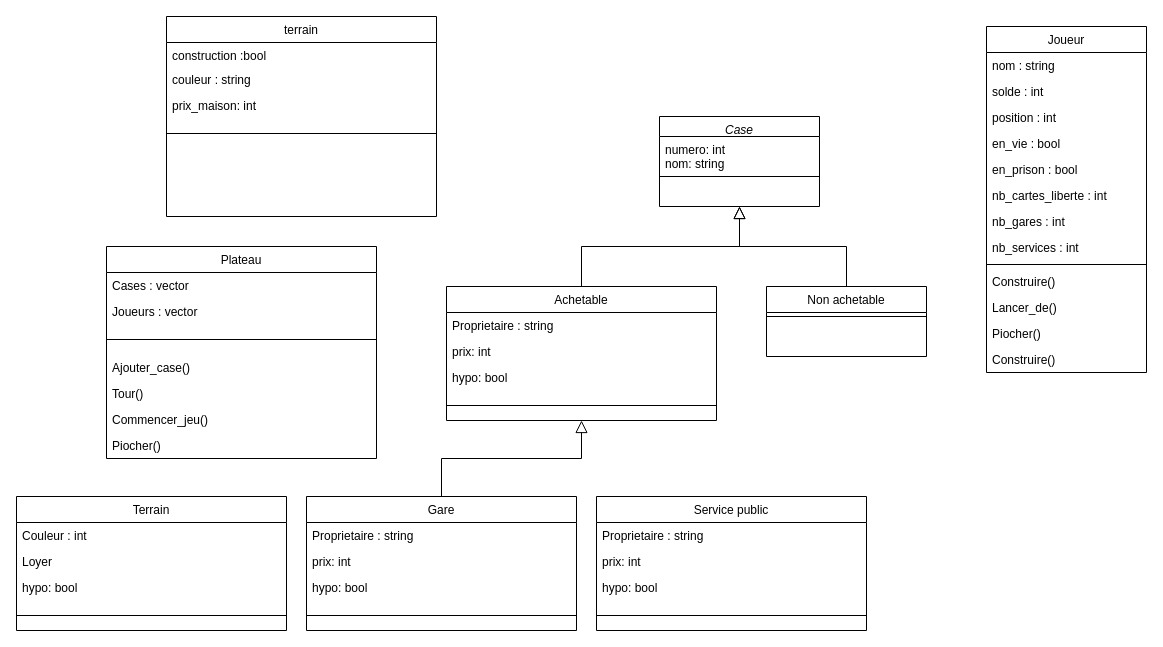
This is DiagrammeMonopoly.drawio from ECN-SEC-SMP/tp6-note-Kortam_Seye_Small_Soulard, a draw.io file, before an edit. Source tidied: cells renumbered, new cells numbered last; positions are measured from the earlier drawing's top-left corner, leaving out a move shared by most shapes. Both pictures are drawn from the tidied source at 100%, with x=0, y=0 at pixel (16, 16).
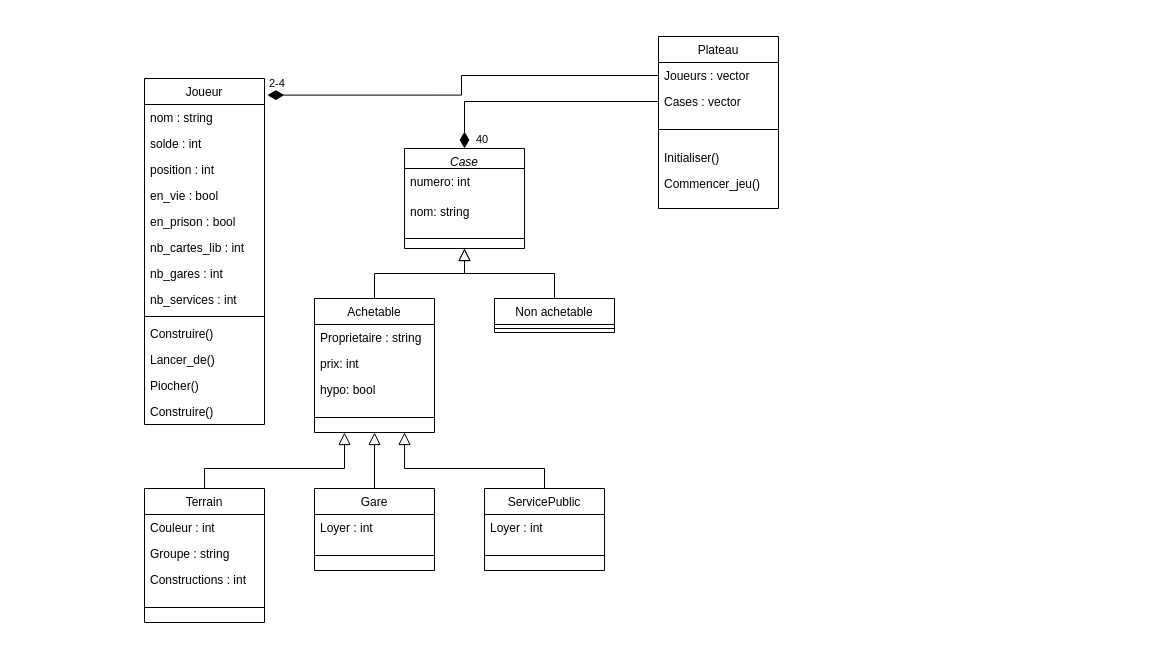
After the change.

Commit message:
Mettre à jour DiagrammeMonopoly.drawio

The edit, as a diff of the source:
```diff
@@
     <mxCell id="2" value="Case" style="swimlane;fontStyle=2;align=center;verticalAlign=top;horizontal=1;startSize=20;rounded=0;shadow=0;strokeWidth=1;" parent="1" vertex="1">
-      <mxGeometry x="643" y="100" width="160" height="90" as="geometry" />
+      <mxGeometry x="388" y="132" width="120" height="100" as="geometry" />
     </mxCell>
-    <mxCell id="3" value="numero: int&#10;nom: string" style="text;align=left;verticalAlign=top;spacingLeft=4;spacingRight=4;overflow=hidden;" parent="2" vertex="1">
-      <mxGeometry y="20" width="160" height="30" as="geometry" />
+    <mxCell id="3" value="numero: int&#10;" style="text;align=left;verticalAlign=top;spacingLeft=4;spacingRight=4;overflow=hidden;" parent="2" vertex="1">
+      <mxGeometry y="20" width="120" height="30" as="geometry" />
     </mxCell>
+    <mxCell id="57" value="nom: string&#10;" style="text;align=left;verticalAlign=top;spacingLeft=4;spacingRight=4;overflow=hidden;" parent="2" vertex="1">
+      <mxGeometry y="50" width="120" height="30" as="geometry" />
+    </mxCell>
     <mxCell id="4" style="line;html=1;strokeWidth=1;align=left;verticalAlign=middle;spacingTop=-1;spacingLeft=3;spacingRight=3;labelPosition=right;" parent="2" vertex="1">
-      <mxGeometry y="50" width="160" height="20" as="geometry" />
+      <mxGeometry y="80" width="120" height="20" as="geometry" />
     </mxCell>
     <mxCell id="5" value="Achetable" style="swimlane;fontStyle=0;align=center;verticalAlign=top;horizontal=1;startSize=26;rounded=0;shadow=0;strokeWidth=1;" parent="1" vertex="1">
-      <mxGeometry x="430" y="270" width="270" height="134" as="geometry" />
+      <mxGeometry x="298" y="282" width="120" height="134" as="geometry" />
     </mxCell>
     <mxCell id="6" value="Proprietaire : string" style="text;align=left;verticalAlign=top;spacingLeft=4;spacingRight=4;overflow=hidden;" parent="5" vertex="1">
-      <mxGeometry y="26" width="270" height="26" as="geometry" />
+      <mxGeometry y="26" width="120" height="26" as="geometry" />
     </mxCell>
     <mxCell id="7" value="prix: int" style="text;align=left;verticalAlign=top;spacingLeft=4;spacingRight=4;overflow=hidden;rounded=0;shadow=0;html=0;" parent="5" vertex="1">
-      <mxGeometry y="52" width="270" height="26" as="geometry" />
+      <mxGeometry y="52" width="120" height="26" as="geometry" />
     </mxCell>
     <mxCell id="8" value="hypo: bool" style="text;align=left;verticalAlign=top;spacingLeft=4;spacingRight=4;overflow=hidden;rounded=0;shadow=0;html=0;" parent="5" vertex="1">
-      <mxGeometry y="78" width="270" height="26" as="geometry" />
+      <mxGeometry y="78" width="120" height="26" as="geometry" />
     </mxCell>
     <mxCell id="9" style="line;html=1;strokeWidth=1;align=left;verticalAlign=middle;spacingTop=-1;spacingLeft=3;spacingRight=3;labelPosition=right;" parent="5" vertex="1">
-      <mxGeometry y="104" width="270" height="30" as="geometry" />
+      <mxGeometry y="104" width="120" height="30" as="geometry" />
     </mxCell>
@@
     <mxCell id="11" value="Non achetable" style="swimlane;fontStyle=0;align=center;verticalAlign=top;horizontal=1;startSize=26;rounded=0;shadow=0;strokeWidth=1;" parent="1" vertex="1">
-      <mxGeometry x="750" y="270" width="160" height="70" as="geometry" />
+      <mxGeometry x="478" y="282" width="120" height="34" as="geometry" />
     </mxCell>
     <mxCell id="12" style="line;html=1;strokeWidth=1;align=left;verticalAlign=middle;spacingTop=-1;spacingLeft=3;spacingRight=3;labelPosition=right;" parent="11" vertex="1">
-      <mxGeometry y="26" width="160" height="8" as="geometry" />
+      <mxGeometry y="26" width="120" height="8" as="geometry" />
     </mxCell>
@@
     <mxCell id="14" value="Joueur&#10;" style="swimlane;fontStyle=0;align=center;verticalAlign=top;horizontal=1;startSize=26;rounded=0;shadow=0;strokeWidth=1;" parent="1" vertex="1">
-      <mxGeometry x="970" y="10" width="160" height="346" as="geometry" />
+      <mxGeometry x="128" y="62" width="120" height="346" as="geometry" />
     </mxCell>
     <mxCell id="15" value="nom : string&#10;" style="text;align=left;verticalAlign=top;spacingLeft=4;spacingRight=4;overflow=hidden;rounded=0;shadow=0;html=0;" parent="14" vertex="1">
-      <mxGeometry y="26" width="160" height="26" as="geometry" />
+      <mxGeometry y="26" width="120" height="26" as="geometry" />
     </mxCell>
     <mxCell id="16" value="solde : int" style="text;align=left;verticalAlign=top;spacingLeft=4;spacingRight=4;overflow=hidden;rounded=0;shadow=0;html=0;" parent="14" vertex="1">
-      <mxGeometry y="52" width="160" height="26" as="geometry" />
+      <mxGeometry y="52" width="120" height="26" as="geometry" />
     </mxCell>
     <mxCell id="17" value="position : int" style="text;align=left;verticalAlign=top;spacingLeft=4;spacingRight=4;overflow=hidden;rounded=0;shadow=0;html=0;" parent="14" vertex="1">
-      <mxGeometry y="78" width="160" height="26" as="geometry" />
+      <mxGeometry y="78" width="120" height="26" as="geometry" />
     </mxCell>
     <mxCell id="18" value="en_vie : bool&#10;" style="text;align=left;verticalAlign=top;spacingLeft=4;spacingRight=4;overflow=hidden;" parent="14" vertex="1">
-      <mxGeometry y="104" width="160" height="26" as="geometry" />
+      <mxGeometry y="104" width="120" height="26" as="geometry" />
     </mxCell>
     <mxCell id="19" value="en_prison : bool&#10;" style="text;align=left;verticalAlign=top;spacingLeft=4;spacingRight=4;overflow=hidden;" parent="14" vertex="1">
-      <mxGeometry y="130" width="160" height="26" as="geometry" />
+      <mxGeometry y="130" width="120" height="26" as="geometry" />
     </mxCell>
-    <mxCell id="20" value="nb_cartes_liberte : int" style="text;align=left;verticalAlign=top;spacingLeft=4;spacingRight=4;overflow=hidden;rounded=0;shadow=0;html=0;" parent="14" vertex="1">
-      <mxGeometry y="156" width="160" height="26" as="geometry" />
+    <mxCell id="20" value="nb_cartes_lib : int" style="text;align=left;verticalAlign=top;spacingLeft=4;spacingRight=4;overflow=hidden;rounded=0;shadow=0;html=0;" parent="14" vertex="1">
+      <mxGeometry y="156" width="120" height="26" as="geometry" />
     </mxCell>
     <mxCell id="21" value="nb_gares : int" style="text;align=left;verticalAlign=top;spacingLeft=4;spacingRight=4;overflow=hidden;rounded=0;shadow=0;html=0;" parent="14" vertex="1">
-      <mxGeometry y="182" width="160" height="26" as="geometry" />
+      <mxGeometry y="182" width="120" height="26" as="geometry" />
     </mxCell>
     <mxCell id="22" value="nb_services : int" style="text;align=left;verticalAlign=top;spacingLeft=4;spacingRight=4;overflow=hidden;rounded=0;shadow=0;html=0;" parent="14" vertex="1">
-      <mxGeometry y="208" width="160" height="26" as="geometry" />
+      <mxGeometry y="208" width="120" height="26" as="geometry" />
     </mxCell>
     <mxCell id="23" style="line;html=1;strokeWidth=1;align=left;verticalAlign=middle;spacingTop=-1;spacingLeft=3;spacingRight=3;labelPosition=right;" parent="14" vertex="1">
-      <mxGeometry y="234" width="160" height="8" as="geometry" />
+      <mxGeometry y="234" width="120" height="8" as="geometry" />
     </mxCell>
     <mxCell id="24" value="Construire() &#10;" style="text;align=left;verticalAlign=top;spacingLeft=4;spacingRight=4;overflow=hidden;" parent="14" vertex="1">
-      <mxGeometry y="242" width="160" height="26" as="geometry" />
+      <mxGeometry y="242" width="120" height="26" as="geometry" />
     </mxCell>
     <mxCell id="25" value="Lancer_de()" style="text;align=left;verticalAlign=top;spacingLeft=4;spacingRight=4;overflow=hidden;" parent="14" vertex="1">
-      <mxGeometry y="268" width="160" height="26" as="geometry" />
+      <mxGeometry y="268" width="120" height="26" as="geometry" />
     </mxCell>
     <mxCell id="26" value="Piocher() " style="text;align=left;verticalAlign=top;spacingLeft=4;spacingRight=4;overflow=hidden;" parent="14" vertex="1">
-      <mxGeometry y="294" width="160" height="26" as="geometry" />
+      <mxGeometry y="294" width="120" height="26" as="geometry" />
     </mxCell>
     <mxCell id="27" value="Construire() &#10;" style="text;align=left;verticalAlign=top;spacingLeft=4;spacingRight=4;overflow=hidden;" parent="14" vertex="1">
-      <mxGeometry y="320" width="160" height="26" as="geometry" />
+      <mxGeometry y="320" width="120" height="26" as="geometry" />
     </mxCell>
-    <mxCell id="28" value="terrain" style="swimlane;fontStyle=0;align=center;verticalAlign=top;horizontal=1;startSize=26;rounded=0;shadow=0;strokeWidth=1;" parent="1" vertex="1">
-      <mxGeometry x="150" width="270" height="200" as="geometry" />
-    </mxCell>
-    <mxCell id="29" value="construction :bool" style="text;align=left;verticalAlign=top;spacingLeft=4;spacingRight=4;overflow=hidden;" parent="28" vertex="1">
-      <mxGeometry y="26" width="270" height="24" as="geometry" />
-    </mxCell>
-    <mxCell id="30" value="couleur : string" style="text;align=left;verticalAlign=top;spacingLeft=4;spacingRight=4;overflow=hidden;rounded=0;shadow=0;html=0;" parent="28" vertex="1">
-      <mxGeometry y="50" width="270" height="26" as="geometry" />
-    </mxCell>
-    <mxCell id="31" value="prix_maison: int" style="text;align=left;verticalAlign=top;spacingLeft=4;spacingRight=4;overflow=hidden;rounded=0;shadow=0;html=0;" parent="28" vertex="1">
-      <mxGeometry y="76" width="270" height="26" as="geometry" />
-    </mxCell>
-    <mxCell id="32" style="line;html=1;strokeWidth=1;align=left;verticalAlign=middle;spacingTop=-1;spacingLeft=3;spacingRight=3;labelPosition=right;" parent="28" vertex="1">
-      <mxGeometry y="102" width="270" height="30" as="geometry" />
-    </mxCell>
     <mxCell id="33" value="Plateau" style="swimlane;fontStyle=0;align=center;verticalAlign=top;horizontal=1;startSize=26;rounded=0;shadow=0;strokeWidth=1;" parent="1" vertex="1">
-      <mxGeometry x="90" y="230" width="270" height="212" as="geometry" />
+      <mxGeometry x="642" y="20" width="120" height="172" as="geometry" />
     </mxCell>
+    <mxCell id="35" value="Joueurs : vector" style="text;align=left;verticalAlign=top;spacingLeft=4;spacingRight=4;overflow=hidden;points=[[0,0.5],[1,0.5]];portConstraint=eastwest;" parent="33" vertex="1">
+      <mxGeometry y="26" width="120" height="26" as="geometry" />
+    </mxCell>
     <mxCell id="34" value="Cases : vector" style="text;align=left;verticalAlign=top;spacingLeft=4;spacingRight=4;overflow=hidden;points=[[0,0.5],[1,0.5]];portConstraint=eastwest;" parent="33" vertex="1">
-      <mxGeometry y="26" width="270" height="26" as="geometry" />
+      <mxGeometry y="52" width="120" height="26" as="geometry" />
     </mxCell>
-    <mxCell id="35" value="Joueurs : vector" style="text;align=left;verticalAlign=top;spacingLeft=4;spacingRight=4;overflow=hidden;points=[[0,0.5],[1,0.5]];portConstraint=eastwest;" parent="33" vertex="1">
-      <mxGeometry y="52" width="270" height="26" as="geometry" />
-    </mxCell>
     <mxCell id="36" style="line;html=1;strokeWidth=1;align=left;verticalAlign=middle;spacingTop=-1;spacingLeft=3;spacingRight=3;labelPosition=right;" parent="33" vertex="1">
-      <mxGeometry y="78" width="270" height="30" as="geometry" />
+      <mxGeometry y="78" width="120" height="30" as="geometry" />
     </mxCell>
-    <mxCell id="37" value="Ajouter_case()" style="text;align=left;verticalAlign=top;spacingLeft=4;spacingRight=4;overflow=hidden;" parent="33" vertex="1">
-      <mxGeometry y="108" width="270" height="26" as="geometry" />
+    <mxCell id="37" value="Initialiser()" style="text;align=left;verticalAlign=top;spacingLeft=4;spacingRight=4;overflow=hidden;" parent="33" vertex="1">
+      <mxGeometry y="108" width="120" height="26" as="geometry" />
     </mxCell>
-    <mxCell id="38" value="Tour()" style="text;align=left;verticalAlign=top;spacingLeft=4;spacingRight=4;overflow=hidden;" parent="33" vertex="1">
-      <mxGeometry y="134" width="270" height="26" as="geometry" />
-    </mxCell>
     <mxCell id="39" value="Commencer_jeu()" style="text;align=left;verticalAlign=top;spacingLeft=4;spacingRight=4;overflow=hidden;" parent="33" vertex="1">
-      <mxGeometry y="160" width="270" height="26" as="geometry" />
+      <mxGeometry y="134" width="120" height="26" as="geometry" />
     </mxCell>
-    <mxCell id="40" value="Piocher() " style="text;align=left;verticalAlign=top;spacingLeft=4;spacingRight=4;overflow=hidden;" parent="33" vertex="1">
-      <mxGeometry y="186" width="270" height="26" as="geometry" />
-    </mxCell>
     <mxCell id="41" value="Gare" style="swimlane;fontStyle=0;align=center;verticalAlign=top;horizontal=1;startSize=26;rounded=0;shadow=0;strokeWidth=1;" parent="1" vertex="1">
-      <mxGeometry x="290" y="480" width="270" height="134" as="geometry" />
+      <mxGeometry x="298" y="472" width="120" height="82" as="geometry" />
     </mxCell>
-    <mxCell id="42" value="Proprietaire : string" style="text;align=left;verticalAlign=top;spacingLeft=4;spacingRight=4;overflow=hidden;" parent="41" vertex="1">
-      <mxGeometry y="26" width="270" height="26" as="geometry" />
+    <mxCell id="42" value="Loyer : int" style="text;align=left;verticalAlign=top;spacingLeft=4;spacingRight=4;overflow=hidden;" parent="41" vertex="1">
+      <mxGeometry y="26" width="120" height="26" as="geometry" />
     </mxCell>
-    <mxCell id="43" value="prix: int" style="text;align=left;verticalAlign=top;spacingLeft=4;spacingRight=4;overflow=hidden;rounded=0;shadow=0;html=0;" parent="41" vertex="1">
-      <mxGeometry y="52" width="270" height="26" as="geometry" />
-    </mxCell>
-    <mxCell id="44" value="hypo: bool" style="text;align=left;verticalAlign=top;spacingLeft=4;spacingRight=4;overflow=hidden;rounded=0;shadow=0;html=0;" parent="41" vertex="1">
-      <mxGeometry y="78" width="270" height="26" as="geometry" />
-    </mxCell>
     <mxCell id="45" style="line;html=1;strokeWidth=1;align=left;verticalAlign=middle;spacingTop=-1;spacingLeft=3;spacingRight=3;labelPosition=right;" parent="41" vertex="1">
-      <mxGeometry y="104" width="270" height="30" as="geometry" />
+      <mxGeometry y="52" width="120" height="30" as="geometry" />
     </mxCell>
     <mxCell id="46" style="endArrow=block;endSize=10;endFill=0;shadow=0;strokeWidth=1;rounded=0;curved=0;edgeStyle=elbowEdgeStyle;elbow=vertical;entryX=0.5;entryY=1;entryDx=0;entryDy=0;exitX=0.5;exitY=0;exitDx=0;exitDy=0;" parent="1" edge="1" source="41" target="5">
-      <mxGeometry relative="1" as="geometry" />
+      <mxGeometry relative="1" as="geometry">
+        <Array as="points">
+          <mxPoint x="358" y="472" />
+        </Array>
+      </mxGeometry>
     </mxCell>
-    <mxCell id="47" value="Service public" style="swimlane;fontStyle=0;align=center;verticalAlign=top;horizontal=1;startSize=26;rounded=0;shadow=0;strokeWidth=1;" parent="1" vertex="1">
-      <mxGeometry x="580" y="480" width="270" height="134" as="geometry" />
-    </mxCell>
-    <mxCell id="48" value="Proprietaire : string" style="text;align=left;verticalAlign=top;spacingLeft=4;spacingRight=4;overflow=hidden;" parent="47" vertex="1">
-      <mxGeometry y="26" width="270" height="26" as="geometry" />
-    </mxCell>
-    <mxCell id="49" value="prix: int" style="text;align=left;verticalAlign=top;spacingLeft=4;spacingRight=4;overflow=hidden;rounded=0;shadow=0;html=0;" parent="47" vertex="1">
-      <mxGeometry y="52" width="270" height="26" as="geometry" />
-    </mxCell>
-    <mxCell id="50" value="hypo: bool" style="text;align=left;verticalAlign=top;spacingLeft=4;spacingRight=4;overflow=hidden;rounded=0;shadow=0;html=0;" parent="47" vertex="1">
-      <mxGeometry y="78" width="270" height="26" as="geometry" />
-    </mxCell>
-    <mxCell id="51" style="line;html=1;strokeWidth=1;align=left;verticalAlign=middle;spacingTop=-1;spacingLeft=3;spacingRight=3;labelPosition=right;" parent="47" vertex="1">
-      <mxGeometry y="104" width="270" height="30" as="geometry" />
-    </mxCell>
     <mxCell id="52" value="Terrain" style="swimlane;fontStyle=0;align=center;verticalAlign=top;horizontal=1;startSize=26;rounded=0;shadow=0;strokeWidth=1;" parent="1" vertex="1">
-      <mxGeometry y="480" width="270" height="134" as="geometry" />
+      <mxGeometry x="128" y="472" width="120" height="134" as="geometry" />
     </mxCell>
     <mxCell id="53" value="Couleur : int " style="text;align=left;verticalAlign=top;spacingLeft=4;spacingRight=4;overflow=hidden;" parent="52" vertex="1">
-      <mxGeometry y="26" width="270" height="26" as="geometry" />
+      <mxGeometry y="26" width="120" height="26" as="geometry" />
     </mxCell>
-    <mxCell id="54" value="Loyer" style="text;align=left;verticalAlign=top;spacingLeft=4;spacingRight=4;overflow=hidden;rounded=0;shadow=0;html=0;" parent="52" vertex="1">
-      <mxGeometry y="52" width="270" height="26" as="geometry" />
+    <mxCell id="54" value="Groupe : string" style="text;align=left;verticalAlign=top;spacingLeft=4;spacingRight=4;overflow=hidden;rounded=0;shadow=0;html=0;" parent="52" vertex="1">
+      <mxGeometry y="52" width="120" height="26" as="geometry" />
     </mxCell>
-    <mxCell id="55" value="hypo: bool" style="text;align=left;verticalAlign=top;spacingLeft=4;spacingRight=4;overflow=hidden;rounded=0;shadow=0;html=0;" parent="52" vertex="1">
-      <mxGeometry y="78" width="270" height="26" as="geometry" />
+    <mxCell id="55" value="Constructions : int" style="text;align=left;verticalAlign=top;spacingLeft=4;spacingRight=4;overflow=hidden;rounded=0;shadow=0;html=0;" parent="52" vertex="1">
+      <mxGeometry y="78" width="120" height="26" as="geometry" />
     </mxCell>
     <mxCell id="56" style="line;html=1;strokeWidth=1;align=left;verticalAlign=middle;spacingTop=-1;spacingLeft=3;spacingRight=3;labelPosition=right;" parent="52" vertex="1">
-      <mxGeometry y="104" width="270" height="30" as="geometry" />
+      <mxGeometry y="104" width="120" height="30" as="geometry" />
     </mxCell>
+    <mxCell id="58" value="ServicePublic" style="swimlane;fontStyle=0;align=center;verticalAlign=top;horizontal=1;startSize=26;rounded=0;shadow=0;strokeWidth=1;" parent="1" vertex="1">
+      <mxGeometry x="468" y="472" width="120" height="82" as="geometry" />
+    </mxCell>
+    <mxCell id="59" value="Loyer : int" style="text;align=left;verticalAlign=top;spacingLeft=4;spacingRight=4;overflow=hidden;" parent="58" vertex="1">
+      <mxGeometry y="26" width="120" height="26" as="geometry" />
+    </mxCell>
+    <mxCell id="60" style="line;html=1;strokeWidth=1;align=left;verticalAlign=middle;spacingTop=-1;spacingLeft=3;spacingRight=3;labelPosition=right;" parent="58" vertex="1">
+      <mxGeometry y="52" width="120" height="30" as="geometry" />
+    </mxCell>
+    <mxCell id="61" style="endArrow=block;endSize=10;endFill=0;shadow=0;strokeWidth=1;rounded=0;curved=0;edgeStyle=elbowEdgeStyle;elbow=vertical;entryX=0.75;entryY=1;entryDx=0;entryDy=0;exitX=0.5;exitY=0;exitDx=0;exitDy=0;" parent="1" edge="1" source="58" target="5">
+      <mxGeometry relative="1" as="geometry">
+        <Array as="points">
+          <mxPoint x="568" y="452" />
+          <mxPoint x="538" y="472" />
+        </Array>
+      </mxGeometry>
+    </mxCell>
+    <mxCell id="62" style="endArrow=block;endSize=10;endFill=0;shadow=0;strokeWidth=1;rounded=0;curved=0;edgeStyle=elbowEdgeStyle;elbow=vertical;exitX=0.5;exitY=0;exitDx=0;exitDy=0;entryX=0.25;entryY=1;entryDx=0;entryDy=0;" parent="1" edge="1" source="52" target="5">
+      <mxGeometry relative="1" as="geometry">
+        <Array as="points">
+          <mxPoint x="128" y="452" />
+          <mxPoint x="168" y="472" />
+        </Array>
+      </mxGeometry>
+    </mxCell>
+    <mxCell id="63" value="2-4" style="endArrow=none;html=1;endSize=12;startArrow=diamondThin;startSize=14;startFill=1;edgeStyle=orthogonalEdgeStyle;align=left;verticalAlign=bottom;rounded=0;exitX=1.024;exitY=0.048;exitDx=0;exitDy=0;exitPerimeter=0;entryX=0;entryY=0.5;entryDx=0;entryDy=0;endFill=0;" parent="1" edge="1" source="14" target="35">
+      <mxGeometry x="-1" y="3" relative="1" as="geometry" />
+    </mxCell>
+    <mxCell id="64" value="40" style="endArrow=none;html=1;endSize=12;startArrow=diamondThin;startSize=14;startFill=1;edgeStyle=orthogonalEdgeStyle;align=left;verticalAlign=bottom;rounded=0;exitX=0.5;exitY=0;exitDx=0;exitDy=0;entryX=0;entryY=0.5;entryDx=0;entryDy=0;endFill=0;" parent="1" edge="1" source="2" target="34">
+      <mxGeometry x="-1" y="-10" relative="1" as="geometry" />
+    </mxCell>
```
